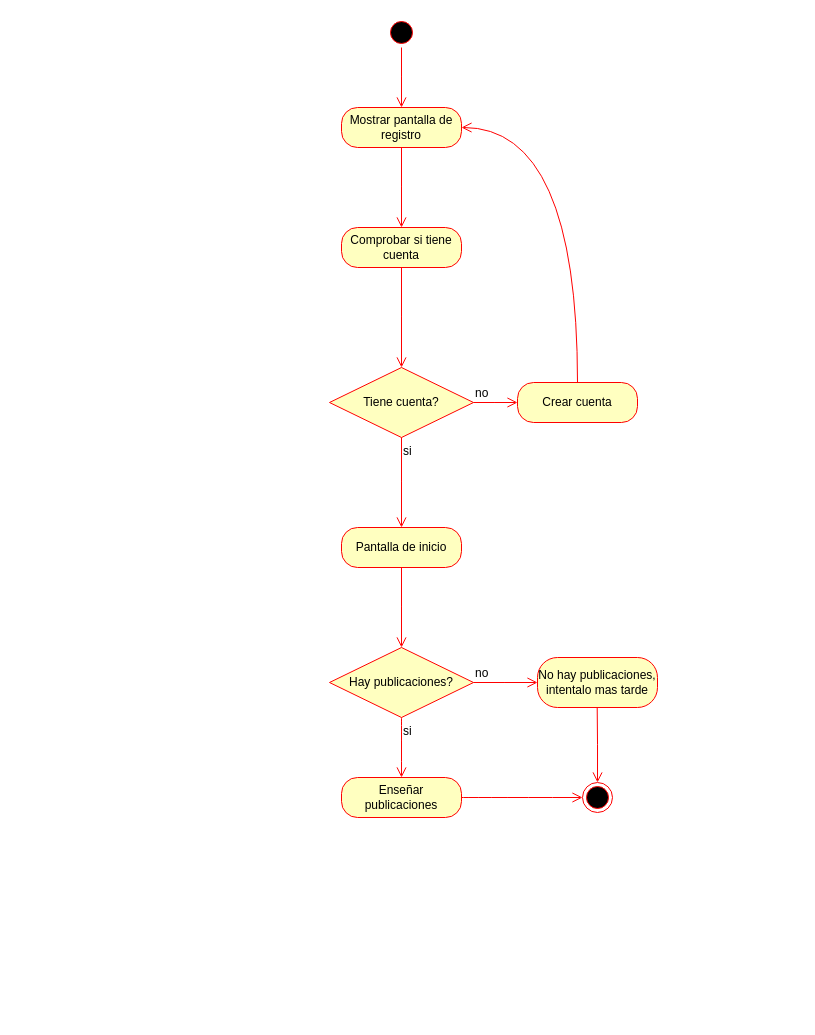
This is diag/da.drawio from Kore29/Program-Whale, a draw.io file, before an edit. Source tidied: cells renumbered, new cells numbered last; positions are measured from the earlier drawing's top-left corner, leaving out a move shared by most shapes. Both pictures are drawn from the tidied source at 100%, with x=0, y=0 at pixel (329, 17).
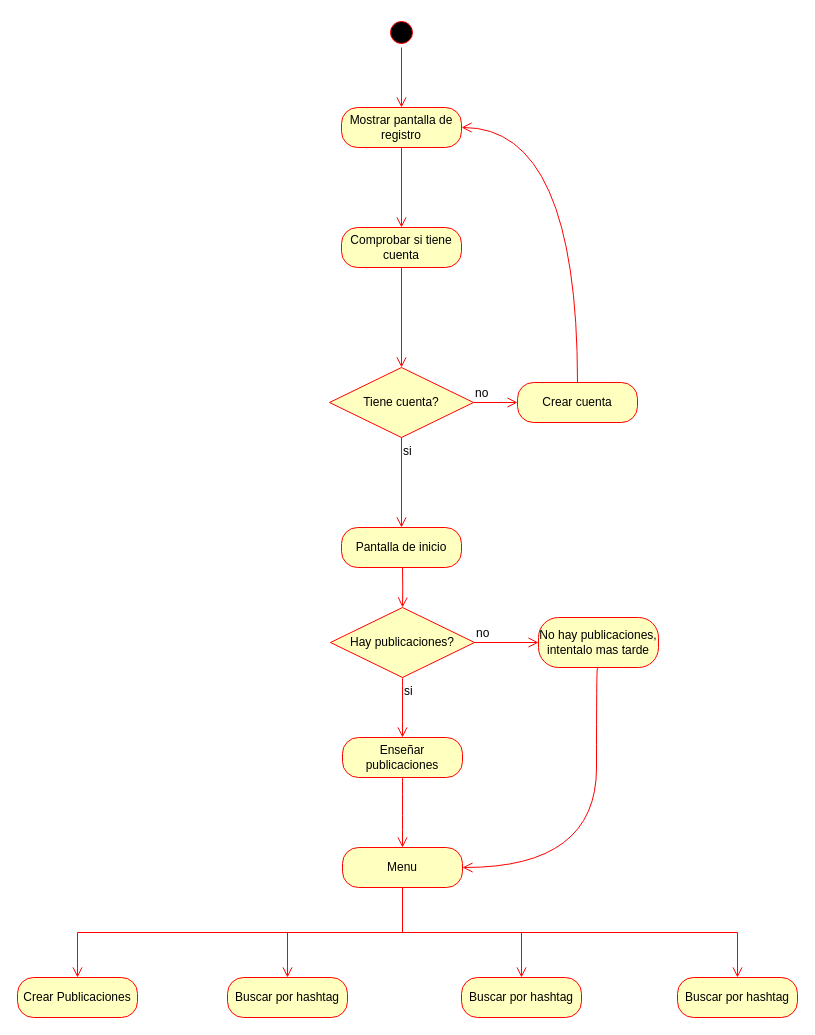
After the change.

The change refers to these unchanged cells:
```xml
<mxCell id="17" value="Pantalla de inicio" style="rounded=1;whiteSpace=wrap;html=1;arcSize=40;fontColor=#000000;fillColor=#ffffc0;strokeColor=#ff0000;" parent="1" vertex="1">
  <mxGeometry x="12" y="510" width="120" height="40" as="geometry" />
</mxCell>
```

Change to the diagram source:
```diff
@@
     <mxCell id="12" value="&lt;div&gt;Hay publicaciones?&lt;/div&gt;" style="rhombus;whiteSpace=wrap;html=1;fontColor=#000000;fillColor=#ffffc0;strokeColor=#ff0000;" parent="1" vertex="1">
-      <mxGeometry y="630" width="144" height="70" as="geometry" />
+      <mxGeometry x="1" y="590" width="144" height="70" as="geometry" />
     </mxCell>
     <mxCell id="13" value="no" style="edgeStyle=orthogonalEdgeStyle;html=1;align=left;verticalAlign=bottom;endArrow=open;endSize=8;strokeColor=#ff0000;rounded=0;fontSize=12;curved=1;" parent="1" edge="1" source="12">
       <mxGeometry x="-1" relative="1" as="geometry">
-        <mxPoint x="208" y="665" as="targetPoint" />
+        <mxPoint x="209" y="625" as="targetPoint" />
       </mxGeometry>
     </mxCell>
@@
-    <mxCell id="18" style="edgeStyle=orthogonalEdgeStyle;html=1;verticalAlign=bottom;endArrow=open;endSize=8;strokeColor=#ff0000;rounded=0;fontSize=12;curved=1;" parent="1" edge="1" source="17">
-      <mxGeometry relative="1" as="geometry">
-        <mxPoint x="72" y="630" as="targetPoint" />
-      </mxGeometry>
-    </mxCell>
     <mxCell id="19" value="Enseñar publicaciones" style="rounded=1;whiteSpace=wrap;html=1;arcSize=40;fontColor=#000000;fillColor=#ffffc0;strokeColor=#ff0000;" parent="1" vertex="1">
-      <mxGeometry x="12" y="760" width="120" height="40" as="geometry" />
+      <mxGeometry x="13" y="720" width="120" height="40" as="geometry" />
     </mxCell>
     <mxCell id="20" value="No hay publicaciones, intentalo mas tarde" style="rounded=1;whiteSpace=wrap;html=1;arcSize=40;fontColor=#000000;fillColor=#ffffc0;strokeColor=#ff0000;" parent="1" vertex="1">
-      <mxGeometry x="208" y="640" width="120" height="50" as="geometry" />
+      <mxGeometry x="209" y="600" width="120" height="50" as="geometry" />
     </mxCell>
-    <mxCell id="21" style="edgeStyle=orthogonalEdgeStyle;html=1;verticalAlign=bottom;endArrow=open;endSize=8;strokeColor=#ff0000;rounded=0;fontSize=12;curved=1;" parent="1" edge="1" target="22">
+    <mxCell id="21" style="edgeStyle=orthogonalEdgeStyle;html=1;verticalAlign=bottom;endArrow=open;endSize=8;strokeColor=#ff0000;rounded=0;fontSize=12;curved=1;entryX=1;entryY=0.5;entryDx=0;entryDy=0;" parent="1" edge="1" target="24">
       <mxGeometry relative="1" as="geometry">
-        <mxPoint x="267.7" y="690" as="sourcePoint" />
+        <mxPoint x="268.7" y="650" as="sourcePoint" />
+        <Array as="points">
+          <mxPoint x="269" y="651" />
+          <mxPoint x="267" y="651" />
+          <mxPoint x="267" y="850" />
+        </Array>
       </mxGeometry>
     </mxCell>
-    <mxCell id="22" style="ellipse;html=1;shape=endState;fillColor=#000000;strokeColor=#ff0000;" parent="1" vertex="1">
-      <mxGeometry x="253" y="765" width="30" height="30" as="geometry" />
-    </mxCell>
-    <mxCell id="23" style="edgeStyle=orthogonalEdgeStyle;html=1;verticalAlign=bottom;endArrow=open;endSize=8;strokeColor=#ff0000;rounded=0;fontSize=12;curved=1;exitX=1;exitY=0.5;exitDx=0;exitDy=0;entryX=0;entryY=0.5;entryDx=0;entryDy=0;" parent="1" edge="1" source="19" target="22">
-      <mxGeometry relative="1" as="geometry" />
-    </mxCell>
+    <mxCell id="24" value="Menu" style="rounded=1;whiteSpace=wrap;html=1;arcSize=40;fontColor=#000000;fillColor=#ffffc0;strokeColor=#ff0000;" parent="1" vertex="1">
+      <mxGeometry x="13" y="830" width="120" height="40" as="geometry" />
+    </mxCell>
+    <mxCell id="25" style="edgeStyle=orthogonalEdgeStyle;html=1;verticalAlign=bottom;endArrow=open;endSize=8;strokeColor=#ff0000;rounded=0;fontSize=12;curved=1;exitX=0.5;exitY=1;exitDx=0;exitDy=0;entryX=0.5;entryY=0;entryDx=0;entryDy=0;" parent="1" edge="1" target="12">
+      <mxGeometry relative="1" as="geometry">
+        <mxPoint x="73" y="550" as="sourcePoint" />
+      </mxGeometry>
+    </mxCell>
+    <mxCell id="26" value="Crear Publicaciones" style="rounded=1;whiteSpace=wrap;html=1;arcSize=40;fontColor=#000000;fillColor=#ffffc0;strokeColor=#ff0000;" parent="1" vertex="1">
+      <mxGeometry x="-312" y="960" width="120" height="40" as="geometry" />
+    </mxCell>
+    <mxCell id="27" style="edgeStyle=orthogonalEdgeStyle;html=1;verticalAlign=bottom;endArrow=open;endSize=8;strokeColor=#ff0000;rounded=0;fontSize=12;curved=1;exitX=0.5;exitY=1;exitDx=0;exitDy=0;" parent="1" edge="1" source="19" target="24">
+      <mxGeometry relative="1" as="geometry" />
+    </mxCell>
+    <mxCell id="28" value="Buscar por hashtag" style="rounded=1;whiteSpace=wrap;html=1;arcSize=40;fontColor=#000000;fillColor=#ffffc0;strokeColor=#ff0000;" parent="1" vertex="1">
+      <mxGeometry x="-102" y="960" width="120" height="40" as="geometry" />
+    </mxCell>
+    <mxCell id="29" value="Buscar por hashtag" style="rounded=1;whiteSpace=wrap;html=1;arcSize=40;fontColor=#000000;fillColor=#ffffc0;strokeColor=#ff0000;" parent="1" vertex="1">
+      <mxGeometry x="132" y="960" width="120" height="40" as="geometry" />
+    </mxCell>
+    <mxCell id="30" value="Buscar por hashtag" style="rounded=1;whiteSpace=wrap;html=1;arcSize=40;fontColor=#000000;fillColor=#ffffc0;strokeColor=#ff0000;" parent="1" vertex="1">
+      <mxGeometry x="348" y="960" width="120" height="40" as="geometry" />
+    </mxCell>
+    <mxCell id="31" style="edgeStyle=orthogonalEdgeStyle;html=1;verticalAlign=bottom;endArrow=open;endSize=8;strokeColor=#ff0000;rounded=0;fontSize=12;exitX=0.5;exitY=1;exitDx=0;exitDy=0;entryX=0.5;entryY=0;entryDx=0;entryDy=0;" parent="1" edge="1" source="24" target="26">
+      <mxGeometry relative="1" as="geometry" />
+    </mxCell>
+    <mxCell id="32" style="edgeStyle=orthogonalEdgeStyle;html=1;verticalAlign=bottom;endArrow=open;endSize=8;strokeColor=#ff0000;rounded=0;fontSize=12;exitX=0.5;exitY=1;exitDx=0;exitDy=0;entryX=0.5;entryY=0;entryDx=0;entryDy=0;" parent="1" edge="1" source="24" target="29">
+      <mxGeometry relative="1" as="geometry" />
+    </mxCell>
+    <mxCell id="33" style="edgeStyle=orthogonalEdgeStyle;html=1;verticalAlign=bottom;endArrow=open;endSize=8;strokeColor=#ff0000;rounded=0;fontSize=12;exitX=0.5;exitY=1;exitDx=0;exitDy=0;entryX=0.5;entryY=0;entryDx=0;entryDy=0;" parent="1" edge="1" source="24" target="28">
+      <mxGeometry relative="1" as="geometry" />
+    </mxCell>
+    <mxCell id="34" style="edgeStyle=orthogonalEdgeStyle;html=1;verticalAlign=bottom;endArrow=open;endSize=8;strokeColor=#ff0000;rounded=0;fontSize=12;exitX=0.5;exitY=1;exitDx=0;exitDy=0;entryX=0.5;entryY=0;entryDx=0;entryDy=0;" parent="1" edge="1" source="24" target="30">
+      <mxGeometry relative="1" as="geometry" />
+    </mxCell>
```
